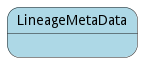
Earlier version of the PlantUML export docs/edgemere/diml/dml/fmdm/models/lineagemetadata/statenet.png (madajaju/edgemere). Its diagram source:
```plantuml
@startuml



state LineageMetaData #lightblue {




}


@enduml
```
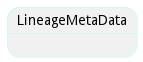
After the commit.

What changed in the source:
```diff
@@ -2,7 +2,7 @@
 
 
 
-state LineageMetaData #lightblue {
+state LineageMetaData ##aaffff {
 
 
 
```
